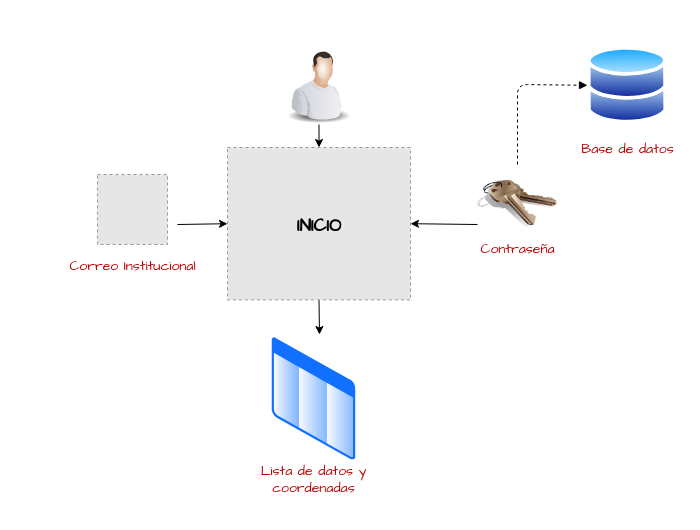
Alejololer/Examen keeps this draw.io diagram as resources/diagarq.drawio. Above is the earlier version. Source tidied: cells renumbered, new cells numbered last; positions are measured from the earlier drawing's top-left corner, leaving out a move shared by most shapes. Both pictures are drawn from the tidied source at 100%, with x=0, y=0 at pixel (57, 44). Pictures stored in the file or linked from it are replaced by grey dashed boxes.
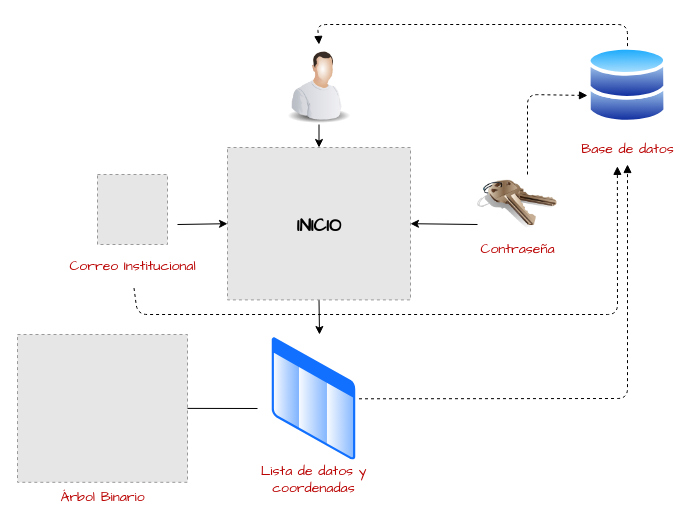
Above is the later version.

Unchanged cells that the change refers to:
```xml
<mxCell id="6" style="image;html=1;image=img/lib/clip_art/people/Worker_Man_128x128.png;labelBackgroundColor=#000000;strokeColor=#000000;fontFamily=Comic Sans MS;fontSize=18;" parent="1" vertex="1">
  <mxGeometry x="221.5" width="80" height="80" as="geometry" />
</mxCell>
<mxCell id="8" value="&lt;font color=&quot;rgba(0, 0, 0, 0)&quot; style=&quot;font-size: 14px;&quot;&gt;Correo Institucional&lt;/font&gt;" style="text;html=1;align=center;verticalAlign=middle;points=[];strokeColor=none;fillColor=none;fontSize=18;fontFamily=Comic Sans MS;fontColor=#000000;" parent="1" vertex="1">
  <mxGeometry y="200" width="150" height="40" as="geometry" />
</mxCell>
<mxCell id="11" style="image;html=1;image=img/lib/clip_art/general/Keys_128x128.png;labelBackgroundColor=none;strokeColor=#000000;fontFamily=Comic Sans MS;fontSize=14;fontColor=#000000;" parent="1" vertex="1">
  <mxGeometry x="420" y="120" width="80" height="80" as="geometry" />
</mxCell>
<mxCell id="13" style="perimeter=ellipsePerimeter;html=1;align=center;shadow=0;dashed=0;spacingTop=3;image;image=img/lib/active_directory/list.svg;labelBackgroundColor=none;strokeColor=#000000;fontFamily=Comic Sans MS;fontSize=14;fontColor=#000000;" parent="1" vertex="1">
  <mxGeometry x="211.5" y="290" width="90" height="128.6" as="geometry" />
</mxCell>
<mxCell id="14" style="perimeter=ellipsePerimeter;html=1;align=center;shadow=0;dashed=0;spacingTop=3;image;image=img/lib/active_directory/databases.svg;labelBackgroundColor=none;strokeColor=#000000;fontFamily=Comic Sans MS;fontSize=14;fontColor=#000000;" parent="1" vertex="1">
  <mxGeometry x="530" y="1.6" width="80" height="78.4" as="geometry" />
</mxCell>
<mxCell id="16" value="&lt;font color=&quot;rgba(0, 0, 0, 0)&quot;&gt;Base de datos&lt;/font&gt;" style="text;html=1;align=center;verticalAlign=middle;points=[];strokeColor=none;fillColor=none;fontSize=14;fontFamily=Comic Sans MS;fontColor=none;" parent="1" vertex="1">
  <mxGeometry x="515" y="90" width="110" height="30" as="geometry" />
</mxCell>
```

Diff of the diagram source:
```diff
@@
-    <mxCell id="17" style="html=1;verticalAlign=bottom;labelBackgroundColor=none;endArrow=block;endFill=1;dashed=1;fontFamily=Comic Sans MS;fontSize=14;fontColor=none;exitX=0.5;exitY=0;exitDx=0;exitDy=0;entryX=0;entryY=0.5;entryDx=0;entryDy=0;" parent="1" edge="1" source="11" target="14">
+    <mxCell id="17" style="html=1;verticalAlign=bottom;labelBackgroundColor=none;endArrow=block;endFill=1;dashed=1;fontFamily=Comic Sans MS;fontSize=14;fontColor=none;exitX=1;exitY=0.5;exitDx=0;exitDy=0;" parent="1" edge="1" source="13" target="16">
       <mxGeometry relative="1" as="geometry">
         <Array as="points">
-          <mxPoint x="460" y="40" />
+          <mxPoint x="570" y="354" />
         </Array>
       </mxGeometry>
     </mxCell>
+    <mxCell id="18" style="fillColor=#E6E6E6;strokeColor=#999999;dashed=1;verticalLabelPosition=bottom;labelBackgroundColor=default;verticalAlign=top;" parent="1" vertex="1">
+      <mxGeometry x="-40" y="290" width="170" height="147.8" as="geometry" />
+    </mxCell>
+    <mxCell id="19" style="endArrow=none;html=1;fontFamily=Comic Sans MS;fontSize=14;fontColor=none;exitX=1;exitY=0.5;exitDx=0;exitDy=0;" parent="1" edge="1" source="18">
+      <mxGeometry relative="1" as="geometry">
+        <mxPoint x="200" y="364" as="targetPoint" />
+      </mxGeometry>
+    </mxCell>
+    <mxCell id="20" value="&lt;font color=&quot;rgba(0, 0, 0, 0)&quot;&gt;Árbol Binario&lt;/font&gt;" style="text;html=1;align=center;verticalAlign=middle;strokeColor=none;fillColor=none;fontSize=14;fontFamily=Comic Sans MS;fontColor=none;" parent="1" vertex="1">
+      <mxGeometry x="-10" y="437.8" width="110" height="30" as="geometry" />
+    </mxCell>
+    <mxCell id="21" style="html=1;verticalAlign=bottom;labelBackgroundColor=none;endArrow=block;endFill=1;dashed=1;fontFamily=Comic Sans MS;fontSize=14;fontColor=none;exitX=0.5;exitY=0;exitDx=0;exitDy=0;" parent="1" edge="1">
+      <mxGeometry relative="1" as="geometry">
+        <mxPoint x="470" y="130" as="sourcePoint" />
+        <mxPoint x="530" y="51" as="targetPoint" />
+        <Array as="points">
+          <mxPoint x="470" y="50" />
+        </Array>
+      </mxGeometry>
+    </mxCell>
+    <mxCell id="22" style="html=1;verticalAlign=bottom;labelBackgroundColor=none;endArrow=block;endFill=1;dashed=1;fontFamily=Comic Sans MS;fontSize=14;fontColor=none;exitX=0.51;exitY=1.088;exitDx=0;exitDy=0;entryX=0.408;entryY=1.061;entryDx=0;entryDy=0;exitPerimeter=0;entryPerimeter=0;" parent="1" edge="1" source="8" target="16">
+      <mxGeometry relative="1" as="geometry">
+        <Array as="points">
+          <mxPoint x="80" y="270" />
+          <mxPoint x="560" y="270" />
+        </Array>
+      </mxGeometry>
+    </mxCell>
+    <mxCell id="23" style="html=1;verticalAlign=bottom;labelBackgroundColor=none;endArrow=block;endFill=1;dashed=1;fontFamily=Comic Sans MS;fontSize=14;fontColor=none;exitX=0.5;exitY=0;exitDx=0;exitDy=0;entryX=0.5;entryY=0;entryDx=0;entryDy=0;" parent="1" edge="1" source="14" target="6">
+      <mxGeometry relative="1" as="geometry">
+        <Array as="points">
+          <mxPoint x="570" y="-20" />
+          <mxPoint x="260" y="-20" />
+        </Array>
+      </mxGeometry>
+    </mxCell>
```
